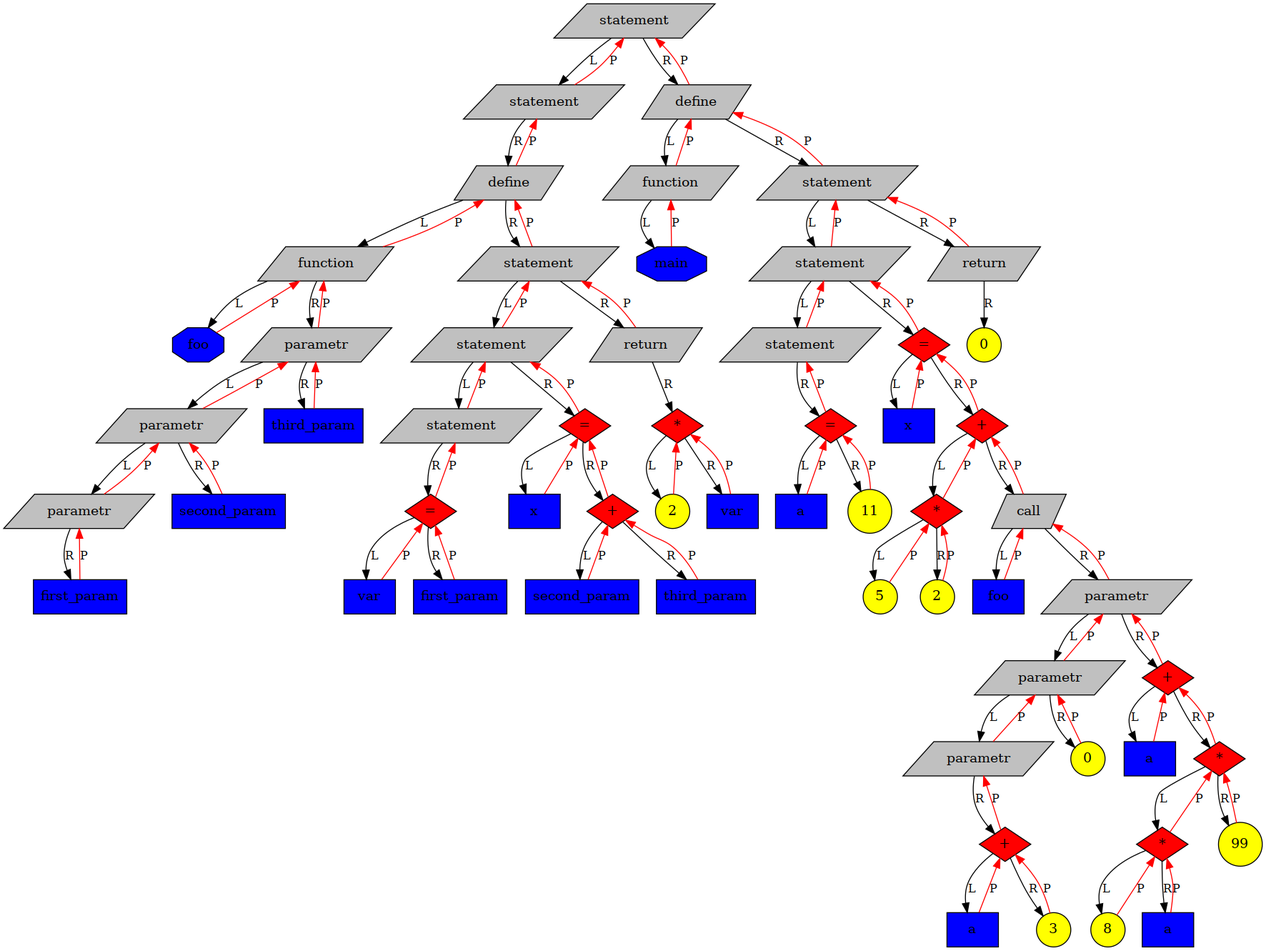
Before: graphviz.png, a diagram exported from Graphviz (vihlancevk/MyProgrammingLanguage). Its source is kept beside it as graphviz.gv.
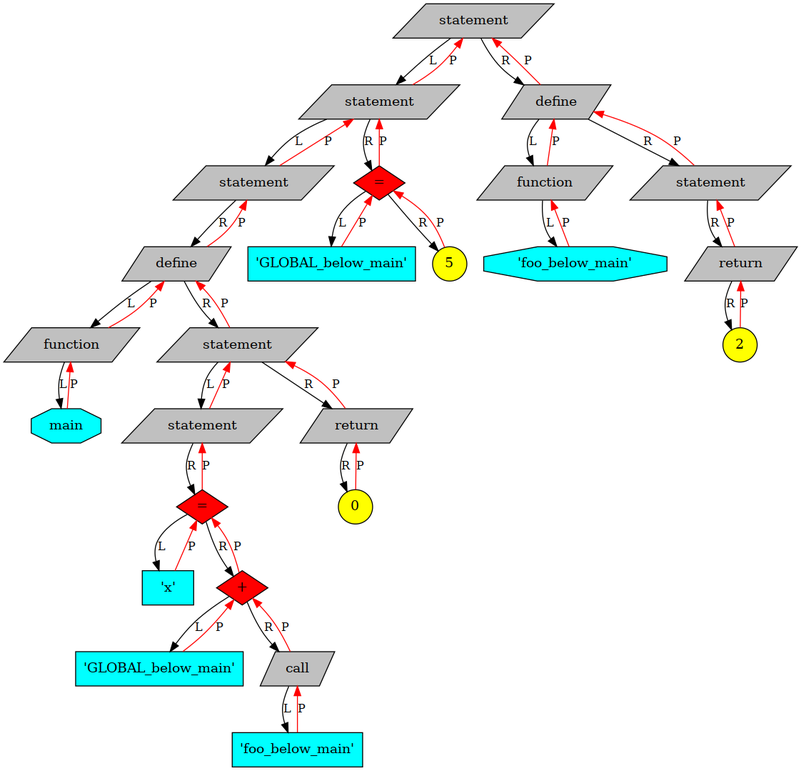
Later version of the same file.

Diff of the diagram source:
```diff
@@ -4,179 +4,79 @@
 
 	node[fontsize=14];
 
-	94531532652848[shape=record, shape=parallelogram, style="filled", fillcolor=grey, label="statement"];
-	94531532650000[shape=record, shape=parallelogram, style="filled", fillcolor=grey, label="statement"];
-	94531532650064[shape=record, shape=parallelogram, style="filled", fillcolor=grey, label="define"];
-	94531532650256[shape=record, shape=parallelogram, style="filled", fillcolor=grey, label="function"];
-	94531532650448[shape=record, shape=octagon, style="filled", fillcolor=blue, label="foo"];
-	94531532650928[shape=record, shape=parallelogram, style="filled", fillcolor=grey, label="parametr"];
-	94531532650736[shape=record, shape=parallelogram, style="filled", fillcolor=grey, label="parametr"];
-	94531532650544[shape=record, shape=parallelogram, style="filled", fillcolor=grey, label="parametr"];
-	94531532650608[shape=record, shape=rectangle, style="filled", fillcolor=blue, label="first_param"];
-	94531532650800[shape=record, shape=rectangle, style="filled", fillcolor=blue, label="second_param"];
-	94531532650992[shape=record, shape=rectangle, style="filled", fillcolor=blue, label="third_param"];
-	94531532652272[shape=record, shape=parallelogram, style="filled", fillcolor=grey, label="statement"];
-	94531532651600[shape=record, shape=parallelogram, style="filled", fillcolor=grey, label="statement"];
-	94531532651120[shape=record, shape=parallelogram, style="filled", fillcolor=grey, label="statement"];
-	94531532651184[shape=record, shape=diamond, style="filled", fillcolor=red, label="="];
-	94531532651376[shape=record, shape=rectangle, style="filled", fillcolor=blue, label="var"];
-	94531532651472[shape=record, shape=rectangle, style="filled", fillcolor=blue, label="first_param"];
-	94531532651664[shape=record, shape=diamond, style="filled", fillcolor=red, label="="];
-	94531532651856[shape=record, shape=rectangle, style="filled", fillcolor=blue, label="x"];
-	94531532652144[shape=record, shape=diamond, style="filled", fillcolor=red, label="+"];
-	94531532651952[shape=record, shape=rectangle, style="filled", fillcolor=blue, label="second_param"];
-	94531532652048[shape=record, shape=rectangle, style="filled", fillcolor=blue, label="third_param"];
-	94531532652336[shape=record, shape=parallelogram, style="filled", fillcolor=grey, label="return"];
-	94531532652688[shape=record, shape=diamond, style="filled", fillcolor=red, label="*"];
-	94531532652528[shape=record, shape=circle, style="filled", fillcolor=yellow, label="2"];
-	94531532652592[shape=record, shape=rectangle, style="filled", fillcolor=blue, label="var"];
-	94531532652912[shape=record, shape=parallelogram, style="filled", fillcolor=grey, label="define"];
-	94531532653104[shape=record, shape=parallelogram, style="filled", fillcolor=grey, label="function"];
-	94531532653296[shape=record, shape=octagon, style="filled", fillcolor=blue, label="main"];
-	94531532656144[shape=record, shape=parallelogram, style="filled", fillcolor=grey, label="statement"];
-	94531532653936[shape=record, shape=parallelogram, style="filled", fillcolor=grey, label="statement"];
-	94531532653488[shape=record, shape=parallelogram, style="filled", fillcolor=grey, label="statement"];
-	94531532653552[shape=record, shape=diamond, style="filled", fillcolor=red, label="="];
-	94531532653744[shape=record, shape=rectangle, style="filled", fillcolor=blue, label="a"];
-	94531532653840[shape=record, shape=circle, style="filled", fillcolor=yellow, label="11"];
-	94531532654000[shape=record, shape=diamond, style="filled", fillcolor=red, label="="];
-	94531532654192[shape=record, shape=rectangle, style="filled", fillcolor=blue, label="x"];
-	94531532656016[shape=record, shape=diamond, style="filled", fillcolor=red, label="+"];
-	94531532654416[shape=record, shape=diamond, style="filled", fillcolor=red, label="*"];
-	94531532654288[shape=record, shape=circle, style="filled", fillcolor=yellow, label="5"];
-	94531532654352[shape=record, shape=circle, style="filled", fillcolor=yellow, label="2"];
-	94531532654512[shape=record, shape=parallelogram, style="filled", fillcolor=grey, label="call"];
-	94531532654576[shape=record, shape=rectangle, style="filled", fillcolor=blue, label="foo"];
-	94531532655280[shape=record, shape=parallelogram, style="filled", fillcolor=grey, label="parametr"];
-	94531532655120[shape=record, shape=parallelogram, style="filled", fillcolor=grey, label="parametr"];
-	94531532654768[shape=record, shape=parallelogram, style="filled", fillcolor=grey, label="parametr"];
-	94531532654992[shape=record, shape=diamond, style="filled", fillcolor=red, label="+"];
-	94531532654832[shape=record, shape=rectangle, style="filled", fillcolor=blue, label="a"];
-	94531532654928[shape=record, shape=circle, style="filled", fillcolor=yellow, label="3"];
-	94531532655184[shape=record, shape=circle, style="filled", fillcolor=yellow, label="0"];
-	94531532655856[shape=record, shape=diamond, style="filled", fillcolor=red, label="+"];
-	94531532655344[shape=record, shape=rectangle, style="filled", fillcolor=blue, label="a"];
-	94531532655760[shape=record, shape=diamond, style="filled", fillcolor=red, label="*"];
-	94531532655600[shape=record, shape=diamond, style="filled", fillcolor=red, label="*"];
-	94531532655440[shape=record, shape=circle, style="filled", fillcolor=yellow, label="8"];
-	94531532655504[shape=record, shape=rectangle, style="filled", fillcolor=blue, label="a"];
-	94531532655696[shape=record, shape=circle, style="filled", fillcolor=yellow, label="99"];
-	94531532656208[shape=record, shape=parallelogram, style="filled", fillcolor=grey, label="return"];
-	94531532656400[shape=record, shape=circle, style="filled", fillcolor=yellow, label="0"];
+	94416110396896[shape=record, shape=parallelogram, style="filled", fillcolor=grey, label="statement"];
+	94416110396448[shape=record, shape=parallelogram, style="filled", fillcolor=grey, label="statement"];
+	94416110394560[shape=record, shape=parallelogram, style="filled", fillcolor=grey, label="statement"];
+	94416110394624[shape=record, shape=parallelogram, style="filled", fillcolor=grey, label="define"];
+	94416110394816[shape=record, shape=parallelogram, style="filled", fillcolor=grey, label="function"];
+	94416110395008[shape=record, shape=octagon, style="filled", fillcolor=cyan, label="main"];
+	94416110396064[shape=record, shape=parallelogram, style="filled", fillcolor=grey, label="statement"];
+	94416110395200[shape=record, shape=parallelogram, style="filled", fillcolor=grey, label="statement"];
+	94416110395264[shape=record, shape=diamond, style="filled", fillcolor=red, label="="];
+	94416110395456[shape=record, shape=rectangle, style="filled", fillcolor=cyan, label="'x'"];
+	94416110395936[shape=record, shape=diamond, style="filled", fillcolor=red, label="+"];
+	94416110395552[shape=record, shape=rectangle, style="filled", fillcolor=cyan, label="'GLOBAL_below_main'"];
+	94416110395648[shape=record, shape=parallelogram, style="filled", fillcolor=grey, label="call"];
+	94416110395712[shape=record, shape=rectangle, style="filled", fillcolor=cyan, label="'foo_below_main'"];
+	94416110396128[shape=record, shape=parallelogram, style="filled", fillcolor=grey, label="return"];
+	94416110396320[shape=record, shape=circle, style="filled", fillcolor=yellow, label="0"];
+	94416110396512[shape=record, shape=diamond, style="filled", fillcolor=red, label="="];
+	94416110396704[shape=record, shape=rectangle, style="filled", fillcolor=cyan, label="'GLOBAL_below_main'"];
+	94416110396800[shape=record, shape=circle, style="filled", fillcolor=yellow, label="5"];
+	94416110396960[shape=record, shape=parallelogram, style="filled", fillcolor=grey, label="define"];
+	94416110397152[shape=record, shape=parallelogram, style="filled", fillcolor=grey, label="function"];
+	94416110397344[shape=record, shape=octagon, style="filled", fillcolor=cyan, label="'foo_below_main'"];
+	94416110397440[shape=record, shape=parallelogram, style="filled", fillcolor=grey, label="statement"];
+	94416110397504[shape=record, shape=parallelogram, style="filled", fillcolor=grey, label="return"];
+	94416110397696[shape=record, shape=circle, style="filled", fillcolor=yellow, label="2"];
 
-	94531532652848 -> 94531532650000[label = "L", fontsize=12]
-	94531532652848 -> 94531532652912[label = "R", fontsize=12]
-	94531532650000 -> 94531532652848[label = "P", color=red, fontsize=12]
-	94531532650000 -> 94531532650064[label = "R", fontsize=12]
-	94531532650064 -> 94531532650000[label = "P", color=red, fontsize=12]
-	94531532650064 -> 94531532650256[label = "L", fontsize=12]
-	94531532650064 -> 94531532652272[label = "R", fontsize=12]
-	94531532650256 -> 94531532650064[label = "P", color=red, fontsize=12]
-	94531532650256 -> 94531532650448[label = "L", fontsize=12]
-	94531532650256 -> 94531532650928[label = "R", fontsize=12]
-	94531532650448 -> 94531532650256[label = "P", color=red, fontsize=12]
-	94531532650928 -> 94531532650256[label = "P", color=red, fontsize=12]
-	94531532650928 -> 94531532650736[label = "L", fontsize=12]
-	94531532650928 -> 94531532650992[label = "R", fontsize=12]
-	94531532650736 -> 94531532650928[label = "P", color=red, fontsize=12]
-	94531532650736 -> 94531532650544[label = "L", fontsize=12]
-	94531532650736 -> 94531532650800[label = "R", fontsize=12]
-	94531532650544 -> 94531532650736[label = "P", color=red, fontsize=12]
-	94531532650544 -> 94531532650608[label = "R", fontsize=12]
-	94531532650608 -> 94531532650544[label = "P", color=red, fontsize=12]
-	94531532650800 -> 94531532650736[label = "P", color=red, fontsize=12]
-	94531532650992 -> 94531532650928[label = "P", color=red, fontsize=12]
-	94531532652272 -> 94531532650064[label = "P", color=red, fontsize=12]
-	94531532652272 -> 94531532651600[label = "L", fontsize=12]
-	94531532652272 -> 94531532652336[label = "R", fontsize=12]
-	94531532651600 -> 94531532652272[label = "P", color=red, fontsize=12]
-	94531532651600 -> 94531532651120[label = "L", fontsize=12]
-	94531532651600 -> 94531532651664[label = "R", fontsize=12]
-	94531532651120 -> 94531532651600[label = "P", color=red, fontsize=12]
-	94531532651120 -> 94531532651184[label = "R", fontsize=12]
-	94531532651184 -> 94531532651120[label = "P", color=red, fontsize=12]
-	94531532651184 -> 94531532651376[label = "L", fontsize=12]
-	94531532651184 -> 94531532651472[label = "R", fontsize=12]
-	94531532651376 -> 94531532651184[label = "P", color=red, fontsize=12]
-	94531532651472 -> 94531532651184[label = "P", color=red, fontsize=12]
-	94531532651664 -> 94531532651600[label = "P", color=red, fontsize=12]
-	94531532651664 -> 94531532651856[label = "L", fontsize=12]
-	94531532651664 -> 94531532652144[label = "R", fontsize=12]
-	94531532651856 -> 94531532651664[label = "P", color=red, fontsize=12]
-	94531532652144 -> 94531532651664[label = "P", color=red, fontsize=12]
-	94531532652144 -> 94531532651952[label = "L", fontsize=12]
-	94531532652144 -> 94531532652048[label = "R", fontsize=12]
-	94531532651952 -> 94531532652144[label = "P", color=red, fontsize=12]
-	94531532652048 -> 94531532652144[label = "P", color=red, fontsize=12]
-	94531532652336 -> 94531532652272[label = "P", color=red, fontsize=12]
-	94531532652336 -> 94531532652688[label = "R", fontsize=12]
-	94531532652688 -> 94531532652528[label = "L", fontsize=12]
-	94531532652688 -> 94531532652592[label = "R", fontsize=12]
-	94531532652528 -> 94531532652688[label = "P", color=red, fontsize=12]
-	94531532652592 -> 94531532652688[label = "P", color=red, fontsize=12]
-	94531532652912 -> 94531532652848[label = "P", color=red, fontsize=12]
-	94531532652912 -> 94531532653104[label = "L", fontsize=12]
-	94531532652912 -> 94531532656144[label = "R", fontsize=12]
-	94531532653104 -> 94531532652912[label = "P", color=red, fontsize=12]
-	94531532653104 -> 94531532653296[label = "L", fontsize=12]
-	94531532653296 -> 94531532653104[label = "P", color=red, fontsize=12]
-	94531532656144 -> 94531532652912[label = "P", color=red, fontsize=12]
-	94531532656144 -> 94531532653936[label = "L", fontsize=12]
-	94531532656144 -> 94531532656208[label = "R", fontsize=12]
-	94531532653936 -> 94531532656144[label = "P", color=red, fontsize=12]
-	94531532653936 -> 94531532653488[label = "L", fontsize=12]
-	94531532653936 -> 94531532654000[label = "R", fontsize=12]
-	94531532653488 -> 94531532653936[label = "P", color=red, fontsize=12]
-	94531532653488 -> 94531532653552[label = "R", fontsize=12]
-	94531532653552 -> 94531532653488[label = "P", color=red, fontsize=12]
-	94531532653552 -> 94531532653744[label = "L", fontsize=12]
-	94531532653552 -> 94531532653840[label = "R", fontsize=12]
-	94531532653744 -> 94531532653552[label = "P", color=red, fontsize=12]
-	94531532653840 -> 94531532653552[label = "P", color=red, fontsize=12]
-	94531532654000 -> 94531532653936[label = "P", color=red, fontsize=12]
-	94531532654000 -> 94531532654192[label = "L", fontsize=12]
-	94531532654000 -> 94531532656016[label = "R", fontsize=12]
-	94531532654192 -> 94531532654000[label = "P", color=red, fontsize=12]
-	94531532656016 -> 94531532654000[label = "P", color=red, fontsize=12]
-	94531532656016 -> 94531532654416[label = "L", fontsize=12]
-	94531532656016 -> 94531532654512[label = "R", fontsize=12]
-	94531532654416 -> 94531532656016[label = "P", color=red, fontsize=12]
-	94531532654416 -> 94531532654288[label = "L", fontsize=12]
-	94531532654416 -> 94531532654352[label = "R", fontsize=12]
-	94531532654288 -> 94531532654416[label = "P", color=red, fontsize=12]
-	94531532654352 -> 94531532654416[label = "P", color=red, fontsize=12]
-	94531532654512 -> 94531532656016[label = "P", color=red, fontsize=12]
-	94531532654512 -> 94531532654576[label = "L", fontsize=12]
-	94531532654512 -> 94531532655280[label = "R", fontsize=12]
-	94531532654576 -> 94531532654512[label = "P", color=red, fontsize=12]
-	94531532655280 -> 94531532654512[label = "P", color=red, fontsize=12]
-	94531532655280 -> 94531532655120[label = "L", fontsize=12]
-	94531532655280 -> 94531532655856[label = "R", fontsize=12]
-	94531532655120 -> 94531532655280[label = "P", color=red, fontsize=12]
-	94531532655120 -> 94531532654768[label = "L", fontsize=12]
-	94531532655120 -> 94531532655184[label = "R", fontsize=12]
-	94531532654768 -> 94531532655120[label = "P", color=red, fontsize=12]
-	94531532654768 -> 94531532654992[label = "R", fontsize=12]
-	94531532654992 -> 94531532654768[label = "P", color=red, fontsize=12]
-	94531532654992 -> 94531532654832[label = "L", fontsize=12]
-	94531532654992 -> 94531532654928[label = "R", fontsize=12]
-	94531532654832 -> 94531532654992[label = "P", color=red, fontsize=12]
-	94531532654928 -> 94531532654992[label = "P", color=red, fontsize=12]
-	94531532655184 -> 94531532655120[label = "P", color=red, fontsize=12]
-	94531532655856 -> 94531532655280[label = "P", color=red, fontsize=12]
-	94531532655856 -> 94531532655344[label = "L", fontsize=12]
-	94531532655856 -> 94531532655760[label = "R", fontsize=12]
-	94531532655344 -> 94531532655856[label = "P", color=red, fontsize=12]
-	94531532655760 -> 94531532655856[label = "P", color=red, fontsize=12]
-	94531532655760 -> 94531532655600[label = "L", fontsize=12]
-	94531532655760 -> 94531532655696[label = "R", fontsize=12]
-	94531532655600 -> 94531532655760[label = "P", color=red, fontsize=12]
-	94531532655600 -> 94531532655440[label = "L", fontsize=12]
-	94531532655600 -> 94531532655504[label = "R", fontsize=12]
-	94531532655440 -> 94531532655600[label = "P", color=red, fontsize=12]
-	94531532655504 -> 94531532655600[label = "P", color=red, fontsize=12]
-	94531532655696 -> 94531532655760[label = "P", color=red, fontsize=12]
-	94531532656208 -> 94531532656144[label = "P", color=red, fontsize=12]
-	94531532656208 -> 94531532656400[label = "R", fontsize=12]
+	94416110396896 -> 94416110396448[label = "L", fontsize=12]
+	94416110396896 -> 94416110396960[label = "R", fontsize=12]
+	94416110396448 -> 94416110396896[label = "P", color=red, fontsize=12]
+	94416110396448 -> 94416110394560[label = "L", fontsize=12]
+	94416110396448 -> 94416110396512[label = "R", fontsize=12]
+	94416110394560 -> 94416110396448[label = "P", color=red, fontsize=12]
+	94416110394560 -> 94416110394624[label = "R", fontsize=12]
+	94416110394624 -> 94416110394560[label = "P", color=red, fontsize=12]
+	94416110394624 -> 94416110394816[label = "L", fontsize=12]
+	94416110394624 -> 94416110396064[label = "R", fontsize=12]
+	94416110394816 -> 94416110394624[label = "P", color=red, fontsize=12]
+	94416110394816 -> 94416110395008[label = "L", fontsize=12]
+	94416110395008 -> 94416110394816[label = "P", color=red, fontsize=12]
+	94416110396064 -> 94416110394624[label = "P", color=red, fontsize=12]
+	94416110396064 -> 94416110395200[label = "L", fontsize=12]
+	94416110396064 -> 94416110396128[label = "R", fontsize=12]
+	94416110395200 -> 94416110396064[label = "P", color=red, fontsize=12]
+	94416110395200 -> 94416110395264[label = "R", fontsize=12]
+	94416110395264 -> 94416110395200[label = "P", color=red, fontsize=12]
+	94416110395264 -> 94416110395456[label = "L", fontsize=12]
+	94416110395264 -> 94416110395936[label = "R", fontsize=12]
+	94416110395456 -> 94416110395264[label = "P", color=red, fontsize=12]
+	94416110395936 -> 94416110395264[label = "P", color=red, fontsize=12]
+	94416110395936 -> 94416110395552[label = "L", fontsize=12]
+	94416110395936 -> 94416110395648[label = "R", fontsize=12]
+	94416110395552 -> 94416110395936[label = "P", color=red, fontsize=12]
+	94416110395648 -> 94416110395936[label = "P", color=red, fontsize=12]
+	94416110395648 -> 94416110395712[label = "L", fontsize=12]
+	94416110395712 -> 94416110395648[label = "P", color=red, fontsize=12]
+	94416110396128 -> 94416110396064[label = "P", color=red, fontsize=12]
+	94416110396128 -> 94416110396320[label = "R", fontsize=12]
+	94416110396320 -> 94416110396128[label = "P", color=red, fontsize=12]
+	94416110396512 -> 94416110396448[label = "P", color=red, fontsize=12]
+	94416110396512 -> 94416110396704[label = "L", fontsize=12]
+	94416110396512 -> 94416110396800[label = "R", fontsize=12]
+	94416110396704 -> 94416110396512[label = "P", color=red, fontsize=12]
+	94416110396800 -> 94416110396512[label = "P", color=red, fontsize=12]
+	94416110396960 -> 94416110396896[label = "P", color=red, fontsize=12]
+	94416110396960 -> 94416110397152[label = "L", fontsize=12]
+	94416110396960 -> 94416110397440[label = "R", fontsize=12]
+	94416110397152 -> 94416110396960[label = "P", color=red, fontsize=12]
+	94416110397152 -> 94416110397344[label = "L", fontsize=12]
+	94416110397344 -> 94416110397152[label = "P", color=red, fontsize=12]
+	94416110397440 -> 94416110396960[label = "P", color=red, fontsize=12]
+	94416110397440 -> 94416110397504[label = "R", fontsize=12]
+	94416110397504 -> 94416110397440[label = "P", color=red, fontsize=12]
+	94416110397504 -> 94416110397696[label = "R", fontsize=12]
+	94416110397696 -> 94416110397504[label = "P", color=red, fontsize=12]
 
 }
```
